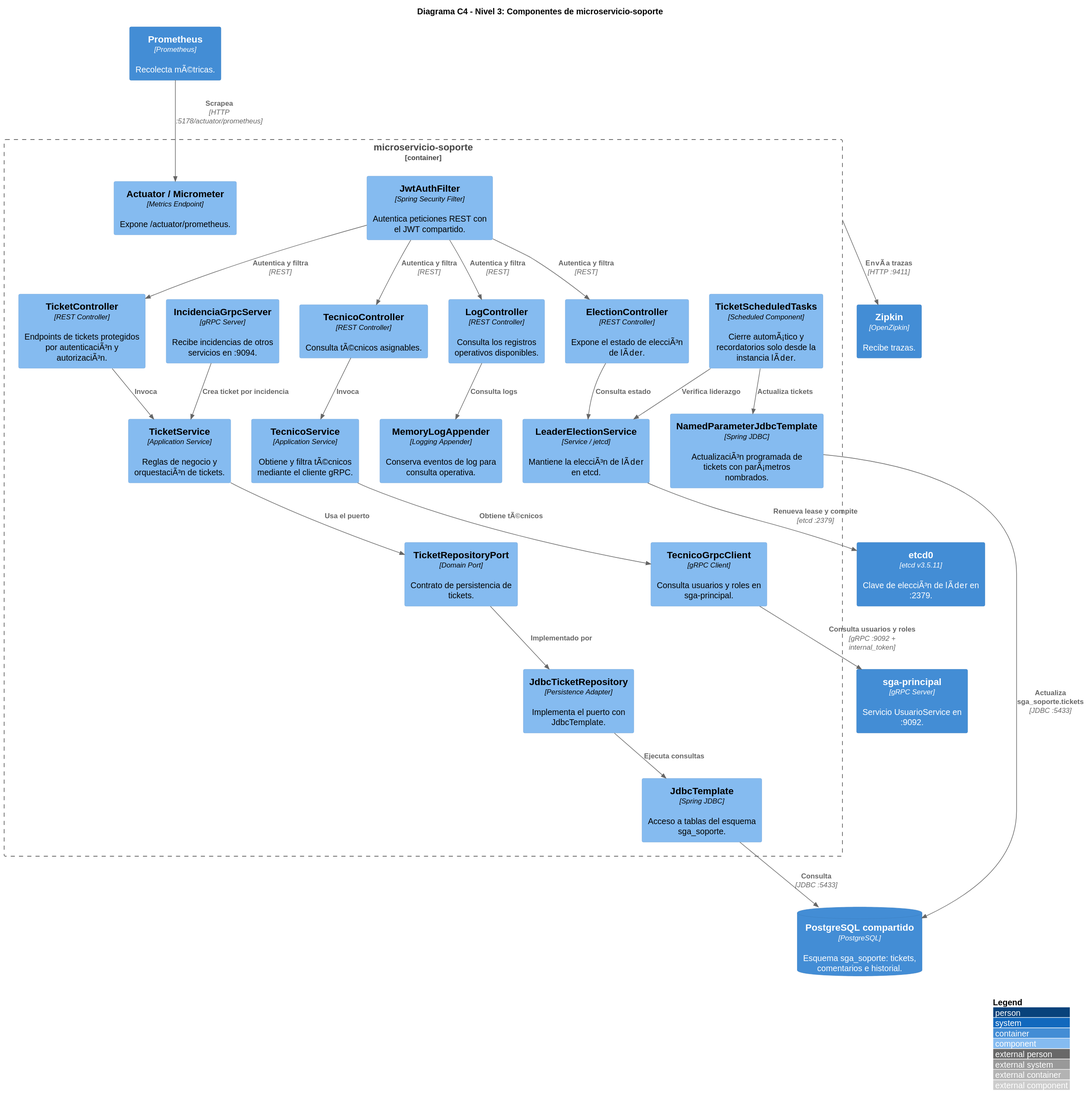
This is Informe-E4_BCEL/c4_nivel3_componentes.svg from gleiston-guerrero/acadtrace, a PlantUML export, as it was before one commit.
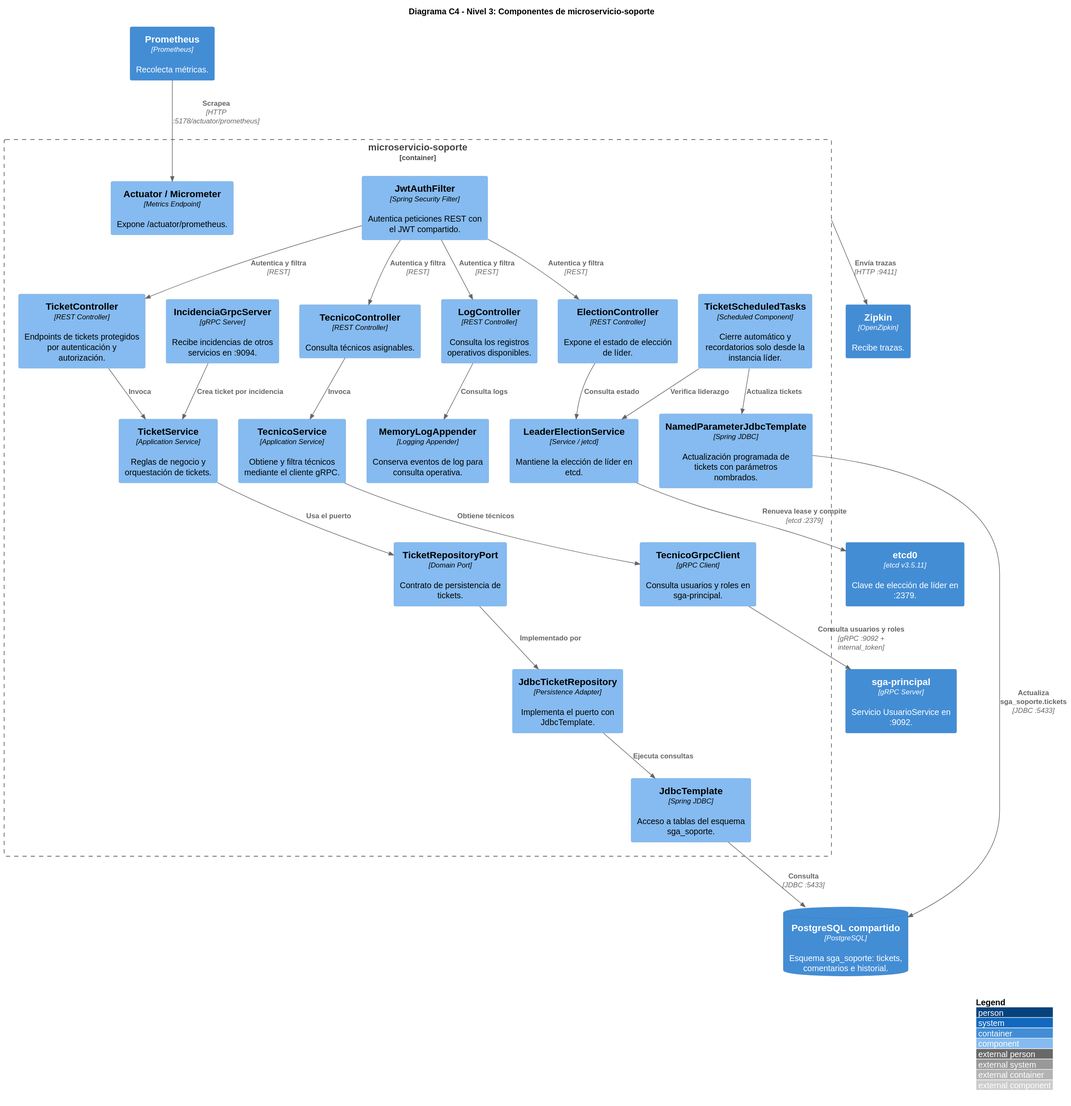
The same file after the commit.

The edit, as a diff of the source:
```diff
@@ -5,20 +5,20 @@
 title Diagrama C4 - Nivel 3: Componentes de microservicio-soporte
 
 Container_Boundary(soporte, "microservicio-soporte") {
-    Component(ticket_controller, "TicketController", "REST Controller", "Endpoints de tickets protegidos por autenticaciÃ³n y autorizaciÃ³n.")
-    Component(tecnico_controller, "TecnicoController", "REST Controller", "Consulta tÃ©cnicos asignables.")
-    Component(election_controller, "ElectionController", "REST Controller", "Expone el estado de elecciÃ³n de lÃ­der.")
+    Component(ticket_controller, "TicketController", "REST Controller", "Endpoints de tickets protegidos por autenticación y autorización.")
+    Component(tecnico_controller, "TecnicoController", "REST Controller", "Consulta técnicos asignables.")
+    Component(election_controller, "ElectionController", "REST Controller", "Expone el estado de elección de líder.")
     Component(log_controller, "LogController", "REST Controller", "Consulta los registros operativos disponibles.")
 
-    Component(ticket_service, "TicketService", "Application Service", "Reglas de negocio y orquestaciÃ³n de tickets.")
-    Component(tecnico_service, "TecnicoService", "Application Service", "Obtiene y filtra tÃ©cnicos mediante el cliente gRPC.")
-    Component(leader_service, "LeaderElectionService", "Service / jetcd", "Mantiene la elecciÃ³n de lÃ­der en etcd.")
-    Component(scheduled_tasks, "TicketScheduledTasks", "Scheduled Component", "Cierre automÃ¡tico y recordatorios solo desde la instancia lÃ­der.")
+    Component(ticket_service, "TicketService", "Application Service", "Reglas de negocio y orquestación de tickets.")
+    Component(tecnico_service, "TecnicoService", "Application Service", "Obtiene y filtra técnicos mediante el cliente gRPC.")
+    Component(leader_service, "LeaderElectionService", "Service / jetcd", "Mantiene la elección de líder en etcd.")
+    Component(scheduled_tasks, "TicketScheduledTasks", "Scheduled Component", "Cierre automático y recordatorios solo desde la instancia líder.")
 
     Component(ticket_port, "TicketRepositoryPort", "Domain Port", "Contrato de persistencia de tickets.")
     Component(ticket_repository, "JdbcTicketRepository", "Persistence Adapter", "Implementa el puerto con JdbcTemplate.")
     Component(jdbc_template, "JdbcTemplate", "Spring JDBC", "Acceso a tablas del esquema sga_soporte.")
-    Component(named_jdbc, "NamedParameterJdbcTemplate", "Spring JDBC", "ActualizaciÃ³n programada de tickets con parÃ¡metros nombrados.")
+    Component(named_jdbc, "NamedParameterJdbcTemplate", "Spring JDBC", "Actualización programada de tickets con parámetros nombrados.")
     Component(tecnico_grpc, "TecnicoGrpcClient", "gRPC Client", "Consulta usuarios y roles en sga-principal.")
     Component(incidencia_server, "IncidenciaGrpcServer", "gRPC Server", "Recibe incidencias de otros servicios en :9094.")
 
@@ -28,9 +28,9 @@
 }
 
 ContainerDb(postgres, "PostgreSQL compartido", "PostgreSQL", "Esquema sga_soporte: tickets, comentarios e historial.")
-Container(etcd, "etcd0", "etcd v3.5.11", "Clave de elecciÃ³n de lÃ­der en :2379.")
+Container(etcd, "etcd0", "etcd v3.5.11", "Clave de elección de líder en :2379.")
 Container(principal, "sga-principal", "gRPC Server", "Servicio UsuarioService en :9092.")
-Container(prometheus, "Prometheus", "Prometheus", "Recolecta mÃ©tricas.")
+Container(prometheus, "Prometheus", "Prometheus", "Recolecta métricas.")
 Container(zipkin, "Zipkin", "OpenZipkin", "Recibe trazas.")
 
 Rel(jwt_filter, ticket_controller, "Autentica y filtra", "REST")
@@ -45,13 +45,13 @@
 Rel(ticket_port, ticket_repository, "Implementado por")
 Rel(ticket_repository, jdbc_template, "Ejecuta consultas")
 Rel(jdbc_template, postgres, "Consulta", "JDBC :5433")
-Rel(tecnico_service, tecnico_grpc, "Obtiene tÃ©cnicos")
+Rel(tecnico_service, tecnico_grpc, "Obtiene técnicos")
 Rel(tecnico_grpc, principal, "Consulta usuarios y roles", "gRPC :9092 + internal_token")
 Rel(scheduled_tasks, leader_service, "Verifica liderazgo")
 Rel(scheduled_tasks, named_jdbc, "Actualiza tickets")
 Rel(named_jdbc, postgres, "Actualiza sga_soporte.tickets", "JDBC :5433")
 Rel(leader_service, etcd, "Renueva lease y compite", "etcd :2379")
 Rel(prometheus, actuator, "Scrapea", "HTTP :5178/actuator/prometheus")
-Rel(soporte, zipkin, "EnvÃ­a trazas", "HTTP :9411")
+Rel(soporte, zipkin, "Envía trazas", "HTTP :9411")
 Rel(log_controller, memory_appender, "Consulta logs")
 @enduml
```
